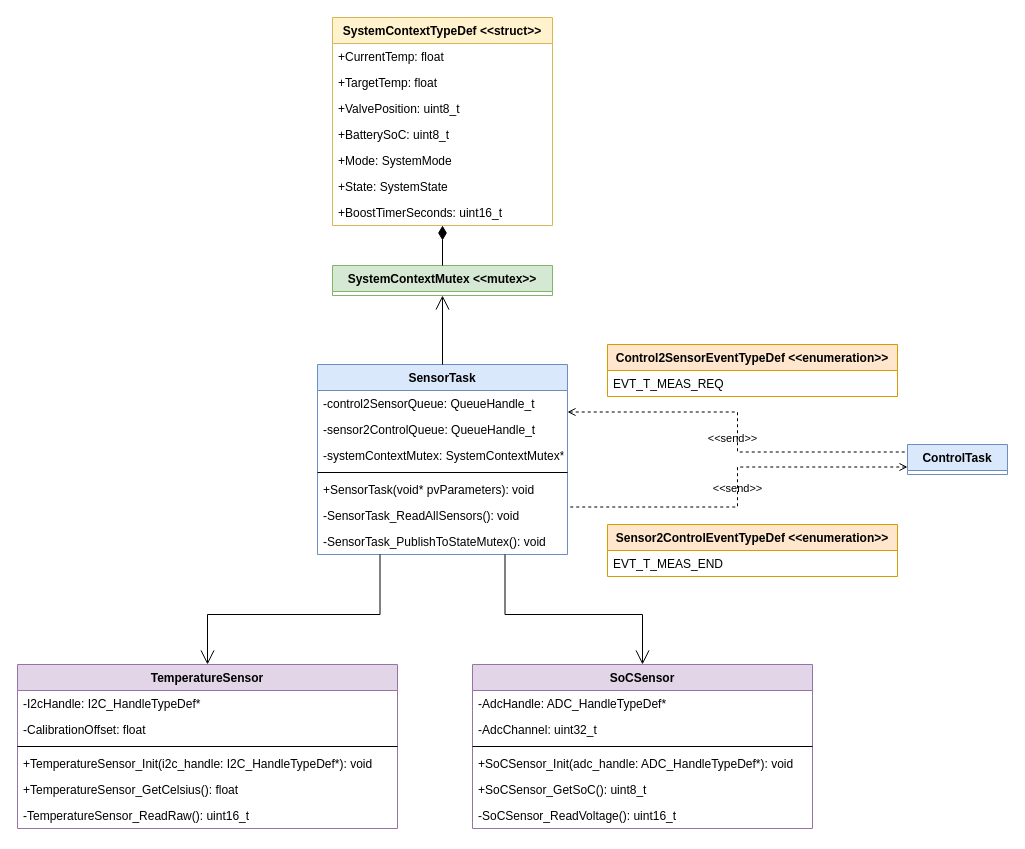
MiraTherm/miratherm-radiator-thermostat-documentation keeps this draw.io diagram as page "sensors" (3 of 6) of software/diagrams/mt-rt-sw-design.drawio. Above is the earlier version. Source tidied: cells renumbered, new cells numbered last; positions are measured from the earlier drawing's top-left corner, leaving out a move shared by most shapes. Both pictures are drawn from the tidied source at 100%, with x=0, y=0 at pixel (17, 17).
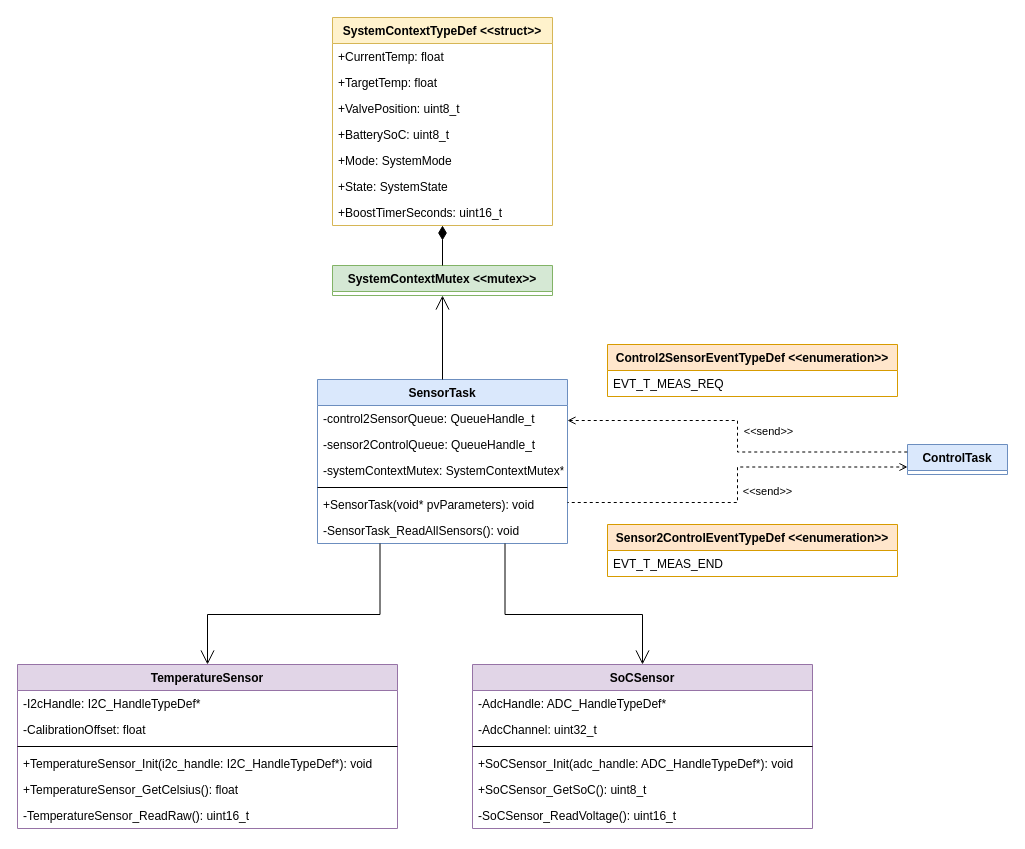
After the change.

Unchanged cells that the change refers to:
```xml
<mxCell id="37" value="ControlTask" style="swimlane;fontStyle=1;horizontal=1;startSize=26;fillColor=#dae8fc;strokeColor=#6c8ebf;" parent="1" vertex="1" collapsed="1">
  <mxGeometry x="890" y="427" width="100" height="30" as="geometry" />
</mxCell>
```

What changed in the source:
```diff
@@
     <mxCell id="2" value="SensorTask" style="swimlane;fontStyle=1;horizontal=1;startSize=26;fillColor=#dae8fc;strokeColor=#6c8ebf;" parent="1" vertex="1">
-      <mxGeometry x="300" y="347" width="250" height="190" as="geometry" />
+      <mxGeometry x="300" y="362" width="250" height="164" as="geometry" />
     </mxCell>
@@
-    <mxCell id="9" value="-SensorTask_PublishToStateMutex(): void" style="text;strokeColor=none;fillColor=none;align=left;verticalAlign=top;spacingLeft=4;spacingRight=4;overflow=hidden;" parent="2" vertex="1">
-      <mxGeometry y="164" width="250" height="26" as="geometry" />
-    </mxCell>
@@
     <mxCell id="42" value="&amp;lt;&amp;lt;send&amp;gt;&amp;gt;" style="endArrow=none;html=1;rounded=0;align=center;verticalAlign=bottom;dashed=1;endFill=0;labelBackgroundColor=none;edgeStyle=orthogonalEdgeStyle;exitX=1;exitY=0.25;exitDx=0;exitDy=0;entryX=0;entryY=0.25;entryDx=0;entryDy=0;startArrow=open;startFill=0;" parent="1" edge="1" source="2" target="37">
-      <mxGeometry x="0.08" y="-5" relative="1" as="geometry" />
+      <mxGeometry x="0.25" y="13" relative="1" as="geometry">
+        <mxPoint y="1" as="offset" />
+      </mxGeometry>
     </mxCell>
@@
     <mxCell id="44" value="&amp;lt;&amp;lt;send&amp;gt;&amp;gt;" style="endArrow=none;html=1;rounded=0;align=center;verticalAlign=bottom;dashed=1;endFill=0;labelBackgroundColor=none;edgeStyle=orthogonalEdgeStyle;entryX=1;entryY=0.75;entryDx=0;entryDy=0;exitX=0;exitY=0.75;exitDx=0;exitDy=0;startArrow=open;startFill=0;" parent="1" edge="1" source="37" target="2">
-      <mxGeometry x="0.05" relative="1" as="geometry" />
+      <mxGeometry x="0.08" y="30" relative="1" as="geometry" />
     </mxCell>
```
